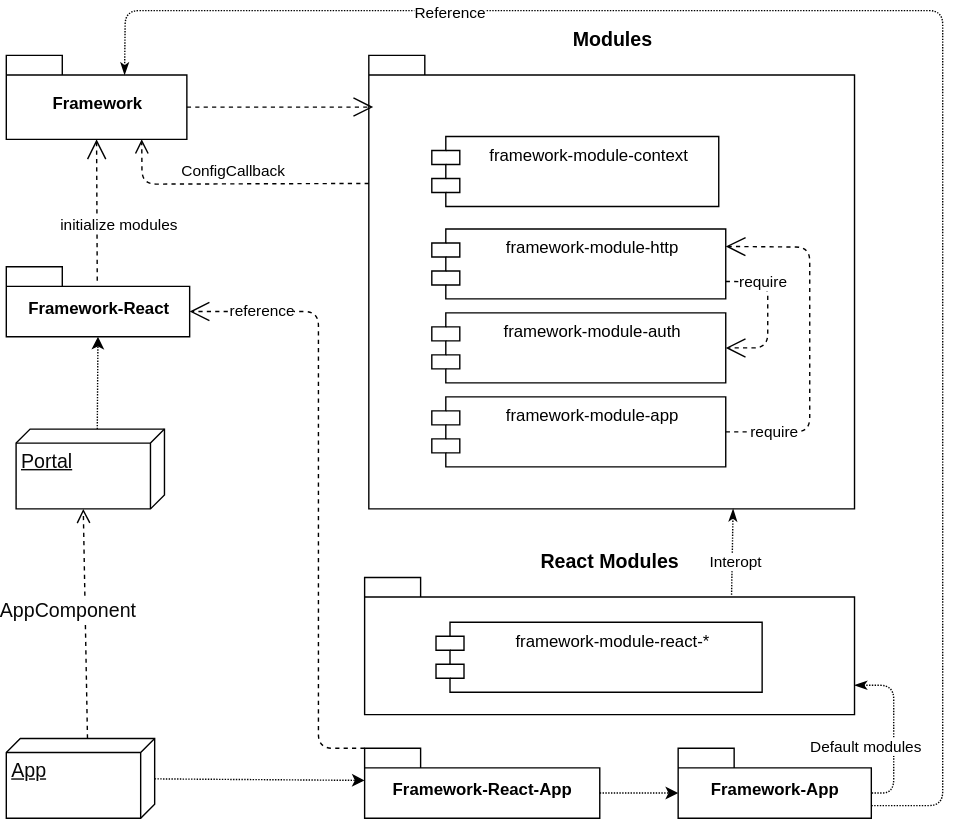
equinor/fusion-framework keeps this draw.io diagram as vue-press/src/modules/framework.drawio.svg. Above is the earlier version. Source tidied: cells renumbered, new cells last; positions are measured from the earlier drawing's top-left corner, leaving out a move shared by most shapes.
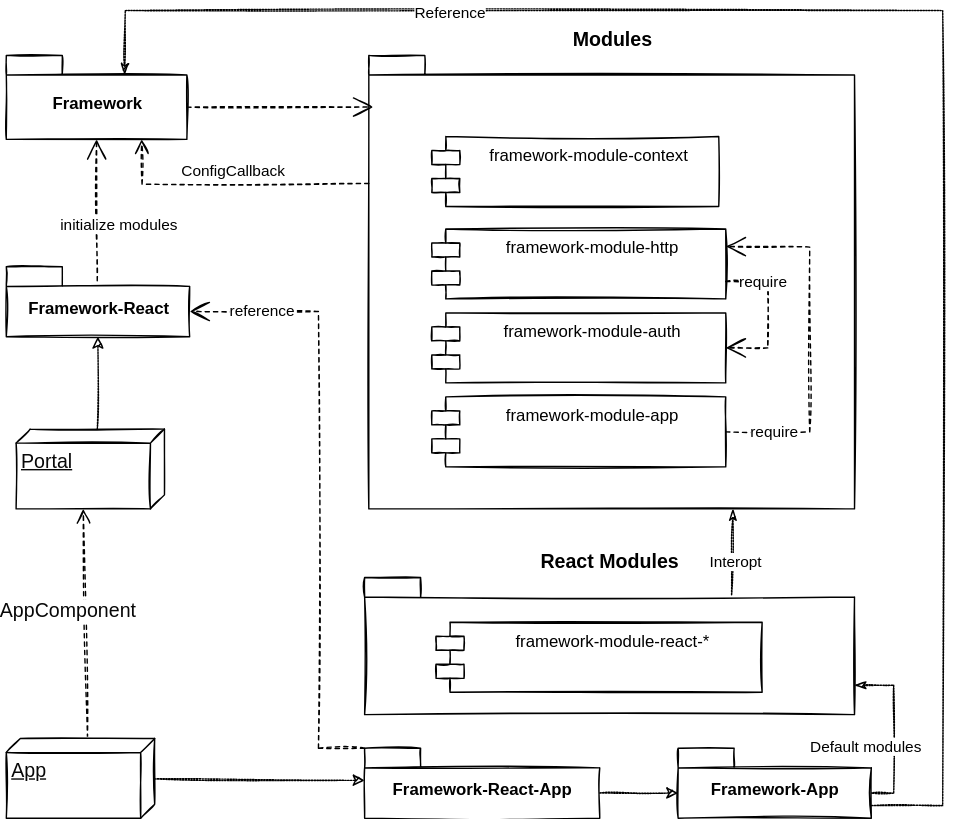
The same file after the commit.

Change to the diagram source:
```diff
@@ -1,26 +1,26 @@
-<mxGraphModel>
+<mxGraphModel background="#ffffff">
   <root>
     <mxCell id="0" />
     <mxCell id="1" parent="0" />
-    <mxCell id="2" value="Modules" style="shape=folder;fontStyle=1;spacingTop=10;tabWidth=40;tabHeight=14;tabPosition=left;verticalAlign=bottom;labelPosition=center;verticalLabelPosition=top;align=center;html=1;horizontal=1;fontSize=14;" parent="1" vertex="1">
+    <mxCell id="2" value="Modules" style="shape=folder;fontStyle=1;spacingTop=10;tabWidth=40;tabHeight=14;tabPosition=left;verticalAlign=bottom;labelPosition=center;verticalLabelPosition=top;align=center;html=1;horizontal=1;fontSize=14;rounded=0;sketch=1;" parent="1" vertex="1">
       <mxGeometry x="259" y="32" width="347" height="324" as="geometry" />
     </mxCell>
-    <mxCell id="3" value="Framework" style="shape=folder;fontStyle=1;spacingTop=10;tabWidth=40;tabHeight=14;tabPosition=left;html=1;" parent="1" vertex="1">
+    <mxCell id="3" value="Framework" style="shape=folder;fontStyle=1;spacingTop=10;tabWidth=40;tabHeight=14;tabPosition=left;html=1;rounded=0;sketch=1;" parent="1" vertex="1">
       <mxGeometry y="32" width="129" height="60" as="geometry" />
     </mxCell>
-    <mxCell id="4" value="framework-module-http" style="shape=module;align=left;spacingLeft=20;align=center;verticalAlign=top;" parent="1" vertex="1">
+    <mxCell id="4" value="framework-module-http" style="shape=module;align=left;spacingLeft=20;align=center;verticalAlign=top;rounded=0;sketch=1;" parent="1" vertex="1">
       <mxGeometry x="304" y="156" width="210" height="50" as="geometry" />
     </mxCell>
-    <mxCell id="5" value="&lt;br&gt;" style="endArrow=open;endSize=12;dashed=1;html=1;align=left;verticalAlign=middle;exitX=0;exitY=0;exitDx=129;exitDy=37;exitPerimeter=0;entryX=0.009;entryY=0.114;entryDx=0;entryDy=0;entryPerimeter=0;" parent="1" edge="1" source="3" target="2">
+    <mxCell id="5" value="&lt;br&gt;" style="endArrow=open;endSize=12;dashed=1;html=1;align=left;verticalAlign=middle;exitX=0;exitY=0;exitDx=129;exitDy=37;exitPerimeter=0;entryX=0.009;entryY=0.114;entryDx=0;entryDy=0;entryPerimeter=0;rounded=0;sketch=1;" parent="1" edge="1" source="3" target="2">
       <mxGeometry relative="1" as="geometry" />
     </mxCell>
-    <mxCell id="6" value="framework-module-auth" style="shape=module;align=left;spacingLeft=20;align=center;verticalAlign=top;" parent="1" vertex="1">
+    <mxCell id="6" value="framework-module-auth" style="shape=module;align=left;spacingLeft=20;align=center;verticalAlign=top;rounded=0;sketch=1;" parent="1" vertex="1">
       <mxGeometry x="304" y="216" width="210" height="50" as="geometry" />
     </mxCell>
-    <mxCell id="7" value="framework-module-app" style="shape=module;align=left;spacingLeft=20;align=center;verticalAlign=top;" parent="1" vertex="1">
+    <mxCell id="7" value="framework-module-app" style="shape=module;align=left;spacingLeft=20;align=center;verticalAlign=top;rounded=0;sketch=1;" parent="1" vertex="1">
       <mxGeometry x="304" y="276" width="210" height="50" as="geometry" />
     </mxCell>
-    <mxCell id="8" value="require" style="endArrow=open;endSize=12;dashed=1;html=1;align=left;verticalAlign=middle;entryX=1;entryY=0.25;entryDx=0;entryDy=0;exitX=1;exitY=0.5;exitDx=0;exitDy=0;" parent="1" edge="1" source="7" target="4">
+    <mxCell id="8" value="require" style="endArrow=open;endSize=12;dashed=1;html=1;align=left;verticalAlign=middle;entryX=1;entryY=0.25;entryDx=0;entryDy=0;exitX=1;exitY=0.5;exitDx=0;exitDy=0;rounded=0;sketch=1;" parent="1" edge="1" source="7" target="4">
       <mxGeometry x="-0.87" relative="1" as="geometry">
         <Array as="points">
           <mxPoint x="574" y="301" />
@@ -28,7 +28,7 @@
         </Array>
       </mxGeometry>
     </mxCell>
-    <mxCell id="9" value="require" style="endArrow=open;endSize=12;dashed=1;html=1;align=left;verticalAlign=middle;entryX=1;entryY=0.5;entryDx=0;entryDy=0;exitX=1;exitY=0.75;exitDx=0;exitDy=0;" parent="1" edge="1" source="4" target="6">
+    <mxCell id="9" value="require" style="endArrow=open;endSize=12;dashed=1;html=1;align=left;verticalAlign=middle;entryX=1;entryY=0.5;entryDx=0;entryDy=0;exitX=1;exitY=0.75;exitDx=0;exitDy=0;rounded=0;sketch=1;" parent="1" edge="1" source="4" target="6">
       <mxGeometry x="-0.85" relative="1" as="geometry">
         <Array as="points">
           <mxPoint x="544" y="194" />
@@ -36,61 +36,61 @@
         </Array>
       </mxGeometry>
     </mxCell>
-    <mxCell id="10" value="ConfigCallback" style="html=1;verticalAlign=bottom;endArrow=open;dashed=1;endSize=8;entryX=0.75;entryY=1;entryDx=0;entryDy=0;entryPerimeter=0;exitX=0;exitY=0;exitDx=0;exitDy=91.5;exitPerimeter=0;" parent="1" edge="1" source="2" target="3">
+    <mxCell id="10" value="ConfigCallback" style="html=1;verticalAlign=bottom;endArrow=open;dashed=1;endSize=8;entryX=0.75;entryY=1;entryDx=0;entryDy=0;entryPerimeter=0;exitX=0;exitY=0;exitDx=0;exitDy=91.5;exitPerimeter=0;rounded=0;sketch=1;" parent="1" edge="1" source="2" target="3">
       <mxGeometry relative="1" as="geometry">
         <Array as="points">
           <mxPoint x="97" y="124" />
         </Array>
       </mxGeometry>
     </mxCell>
-    <mxCell id="11" value="Framework-React" style="shape=folder;fontStyle=1;spacingTop=10;tabWidth=40;tabHeight=14;tabPosition=left;html=1;" parent="1" vertex="1">
+    <mxCell id="11" value="Framework-React" style="shape=folder;fontStyle=1;spacingTop=10;tabWidth=40;tabHeight=14;tabPosition=left;html=1;rounded=0;sketch=1;" parent="1" vertex="1">
       <mxGeometry y="183" width="131" height="50" as="geometry" />
     </mxCell>
-    <mxCell id="12" value="framework-module-context" style="shape=module;align=left;spacingLeft=20;align=center;verticalAlign=top;" parent="1" vertex="1">
+    <mxCell id="12" value="framework-module-context" style="shape=module;align=left;spacingLeft=20;align=center;verticalAlign=top;rounded=0;sketch=1;" parent="1" vertex="1">
       <mxGeometry x="304" y="90" width="205" height="50" as="geometry" />
     </mxCell>
-    <mxCell id="13" value="Portal" style="verticalAlign=top;align=left;spacingTop=8;spacingLeft=2;spacingRight=12;shape=cube;size=10;direction=south;fontStyle=4;html=1;fontSize=14;fontColor=#080808;" parent="1" vertex="1">
+    <mxCell id="13" value="Portal" style="verticalAlign=top;align=left;spacingTop=8;spacingLeft=2;spacingRight=12;shape=cube;size=10;direction=south;fontStyle=4;html=1;fontSize=14;fontColor=#080808;rounded=0;sketch=1;" parent="1" vertex="1">
       <mxGeometry x="7" y="299" width="106" height="57" as="geometry" />
     </mxCell>
-    <mxCell id="14" value="AppComponent" style="html=1;verticalAlign=bottom;endArrow=open;dashed=1;endSize=8;fontSize=14;exitX=0;exitY=0;exitDx=0;exitDy=48;fontColor=#080808;entryX=0;entryY=0;entryDx=57;entryDy=58;entryPerimeter=0;exitPerimeter=0;" parent="1" edge="1" source="23" target="13">
+    <mxCell id="14" value="AppComponent" style="html=1;verticalAlign=bottom;endArrow=open;dashed=1;endSize=8;fontSize=14;exitX=0;exitY=0;exitDx=0;exitDy=48;fontColor=#080808;entryX=0;entryY=0;entryDx=57;entryDy=58;entryPerimeter=0;exitPerimeter=0;rounded=0;sketch=1;" parent="1" edge="1" source="23" target="13">
       <mxGeometry x="-0.03" y="13" relative="1" as="geometry" />
     </mxCell>
-    <mxCell id="15" value="Framework-React-App" style="shape=folder;fontStyle=1;spacingTop=10;tabWidth=40;tabHeight=14;tabPosition=left;html=1;" parent="1" vertex="1">
+    <mxCell id="15" value="Framework-React-App" style="shape=folder;fontStyle=1;spacingTop=10;tabWidth=40;tabHeight=14;tabPosition=left;html=1;rounded=0;sketch=1;" parent="1" vertex="1">
       <mxGeometry x="256" y="527" width="168" height="50" as="geometry" />
     </mxCell>
-    <mxCell id="16" value="Framework-App" style="shape=folder;fontStyle=1;spacingTop=10;tabWidth=40;tabHeight=14;tabPosition=left;html=1;" parent="1" vertex="1">
+    <mxCell id="16" value="Framework-App" style="shape=folder;fontStyle=1;spacingTop=10;tabWidth=40;tabHeight=14;tabPosition=left;html=1;rounded=0;sketch=1;" parent="1" vertex="1">
       <mxGeometry x="480" y="527" width="138" height="50" as="geometry" />
     </mxCell>
-    <mxCell id="17" style="group;" parent="1" vertex="1">
+    <mxCell id="17" style="group;rounded=0;sketch=1;" parent="1" vertex="1">
       <mxGeometry x="256" y="405" width="350" height="98" as="geometry" />
     </mxCell>
-    <mxCell id="18" value="React Modules" style="shape=folder;fontStyle=1;spacingTop=10;tabWidth=40;tabHeight=14;tabPosition=left;verticalAlign=bottom;labelPosition=center;verticalLabelPosition=top;align=center;html=1;horizontal=1;fontSize=14;" parent="17" vertex="1">
+    <mxCell id="18" value="React Modules" style="shape=folder;fontStyle=1;spacingTop=10;tabWidth=40;tabHeight=14;tabPosition=left;verticalAlign=bottom;labelPosition=center;verticalLabelPosition=top;align=center;html=1;horizontal=1;fontSize=14;rounded=0;sketch=1;" parent="17" vertex="1">
       <mxGeometry width="350" height="98" as="geometry" />
     </mxCell>
-    <mxCell id="19" value="framework-module-react-*" style="shape=module;align=left;spacingLeft=20;align=center;verticalAlign=top;" parent="17" vertex="1">
+    <mxCell id="19" value="framework-module-react-*" style="shape=module;align=left;spacingLeft=20;align=center;verticalAlign=top;rounded=0;sketch=1;" parent="17" vertex="1">
       <mxGeometry x="51" y="32" width="233" height="50" as="geometry" />
     </mxCell>
-    <mxCell id="20" style="edgeStyle=none;html=1;dashed=1;dashPattern=1 1;startArrow=classicThin;startFill=1;endArrow=none;endFill=0;exitX=0.75;exitY=1;exitDx=0;exitDy=0;exitPerimeter=0;entryX=0.749;entryY=0.133;entryDx=0;entryDy=0;entryPerimeter=0;" parent="1" edge="1" source="2" target="18">
+    <mxCell id="20" style="edgeStyle=none;html=1;dashed=1;dashPattern=1 1;startArrow=classicThin;startFill=1;endArrow=none;endFill=0;exitX=0.75;exitY=1;exitDx=0;exitDy=0;exitPerimeter=0;entryX=0.749;entryY=0.133;entryDx=0;entryDy=0;entryPerimeter=0;rounded=0;sketch=1;" parent="1" edge="1" source="2" target="18">
       <mxGeometry relative="1" as="geometry" />
     </mxCell>
-    <mxCell id="21" value="Interopt" style="edgeLabel;html=1;align=center;verticalAlign=middle;" parent="20" vertex="1">
+    <mxCell id="21" value="Interopt" style="edgeLabel;html=1;align=center;verticalAlign=middle;rounded=0;sketch=1;" parent="20" vertex="1">
       <mxGeometry x="0.19" y="2" relative="1" as="geometry" />
     </mxCell>
-    <mxCell id="22" style="edgeStyle=none;html=1;dashed=1;dashPattern=1 1;startArrow=none;startFill=0;endArrow=classic;endFill=1;entryX=0;entryY=0;entryDx=0;entryDy=23;entryPerimeter=0;" parent="1" edge="1" source="23" target="15">
+    <mxCell id="22" style="edgeStyle=none;html=1;dashed=1;dashPattern=1 1;startArrow=none;startFill=0;endArrow=classic;endFill=1;entryX=0;entryY=0;entryDx=0;entryDy=23;entryPerimeter=0;rounded=0;sketch=1;" parent="1" edge="1" source="23" target="15">
       <mxGeometry relative="1" as="geometry" />
     </mxCell>
-    <mxCell id="23" value="App" style="verticalAlign=top;align=left;spacingTop=8;spacingLeft=2;spacingRight=12;shape=cube;size=10;direction=south;fontStyle=4;html=1;fontSize=14;fontColor=#080808;" parent="1" vertex="1">
+    <mxCell id="23" value="App" style="verticalAlign=top;align=left;spacingTop=8;spacingLeft=2;spacingRight=12;shape=cube;size=10;direction=south;fontStyle=4;html=1;fontSize=14;fontColor=#080808;rounded=0;sketch=1;" parent="1" vertex="1">
       <mxGeometry y="520" width="106" height="57" as="geometry" />
     </mxCell>
-    <mxCell id="24" value="initialize modules" style="endArrow=open;endSize=12;dashed=1;html=1;align=left;verticalAlign=middle;exitX=0.496;exitY=0.2;exitDx=0;exitDy=0;exitPerimeter=0;entryX=0.5;entryY=1;entryDx=0;entryDy=0;entryPerimeter=0;" parent="1" edge="1" source="11" target="3">
+    <mxCell id="24" value="initialize modules" style="endArrow=open;endSize=12;dashed=1;html=1;align=left;verticalAlign=middle;exitX=0.496;exitY=0.2;exitDx=0;exitDy=0;exitPerimeter=0;entryX=0.5;entryY=1;entryDx=0;entryDy=0;entryPerimeter=0;rounded=0;sketch=1;" parent="1" edge="1" source="11" target="3">
       <mxGeometry x="-0.22" y="29" relative="1" as="geometry">
         <mxPoint x="1" as="offset" />
       </mxGeometry>
     </mxCell>
-    <mxCell id="25" style="edgeStyle=none;html=1;dashed=1;dashPattern=1 1;startArrow=none;startFill=0;endArrow=classic;endFill=1;exitX=0;exitY=0;exitDx=0;exitDy=48;exitPerimeter=0;entryX=0.5;entryY=1;entryDx=0;entryDy=0;entryPerimeter=0;" parent="1" edge="1" source="13" target="11">
+    <mxCell id="25" style="edgeStyle=none;html=1;dashed=1;dashPattern=1 1;startArrow=none;startFill=0;endArrow=classic;endFill=1;exitX=0;exitY=0;exitDx=0;exitDy=48;exitPerimeter=0;entryX=0.5;entryY=1;entryDx=0;entryDy=0;entryPerimeter=0;rounded=0;sketch=1;" parent="1" edge="1" source="13" target="11">
       <mxGeometry relative="1" as="geometry" />
     </mxCell>
-    <mxCell id="26" style="edgeStyle=none;html=1;dashed=1;dashPattern=1 1;startArrow=classicThin;startFill=1;endArrow=none;endFill=0;entryX=0;entryY=0;entryDx=138;entryDy=32;entryPerimeter=0;exitX=0;exitY=0;exitDx=350;exitDy=77;exitPerimeter=0;" parent="1" edge="1" source="18" target="16">
+    <mxCell id="26" style="edgeStyle=none;html=1;dashed=1;dashPattern=1 1;startArrow=classicThin;startFill=1;endArrow=none;endFill=0;entryX=0;entryY=0;entryDx=138;entryDy=32;entryPerimeter=0;exitX=0;exitY=0;exitDx=350;exitDy=77;exitPerimeter=0;rounded=0;sketch=1;" parent="1" edge="1" source="18" target="16">
       <mxGeometry relative="1" as="geometry">
         <Array as="points">
           <mxPoint x="634" y="482" />
@@ -98,12 +98,12 @@
         </Array>
       </mxGeometry>
     </mxCell>
-    <mxCell id="27" value="Default modules" style="edgeLabel;html=1;align=center;verticalAlign=middle;" parent="26" vertex="1">
+    <mxCell id="27" value="Default modules" style="edgeLabel;html=1;align=center;verticalAlign=middle;rounded=0;sketch=1;" parent="26" vertex="1">
       <mxGeometry x="0.17" y="2" relative="1" as="geometry">
         <mxPoint x="-23" as="offset" />
       </mxGeometry>
     </mxCell>
-    <mxCell id="28" style="edgeStyle=none;html=1;dashed=1;dashPattern=1 1;startArrow=classicThin;startFill=1;endArrow=none;endFill=0;entryX=0;entryY=0;entryDx=138;entryDy=41;entryPerimeter=0;exitX=0;exitY=0;exitDx=84.5;exitDy=14;exitPerimeter=0;" parent="1" edge="1" source="3" target="16">
+    <mxCell id="28" style="edgeStyle=none;html=1;dashed=1;dashPattern=1 1;startArrow=classicThin;startFill=1;endArrow=none;endFill=0;entryX=0;entryY=0;entryDx=138;entryDy=41;entryPerimeter=0;exitX=0;exitY=0;exitDx=84.5;exitDy=14;exitPerimeter=0;rounded=0;sketch=1;" parent="1" edge="1" source="3" target="16">
       <mxGeometry relative="1" as="geometry">
         <Array as="points">
           <mxPoint x="85" />
@@ -112,13 +112,13 @@
         </Array>
       </mxGeometry>
     </mxCell>
-    <mxCell id="29" value="Reference" style="edgeLabel;html=1;align=center;verticalAlign=middle;" parent="28" vertex="1">
+    <mxCell id="29" value="Reference" style="edgeLabel;html=1;align=center;verticalAlign=middle;rounded=0;sketch=1;" parent="28" vertex="1">
       <mxGeometry x="-0.55" y="-1" relative="1" as="geometry" />
     </mxCell>
-    <mxCell id="30" style="edgeStyle=none;html=1;dashed=1;dashPattern=1 1;startArrow=none;startFill=0;endArrow=classic;endFill=1;entryX=0;entryY=0;entryDx=0;entryDy=32;entryPerimeter=0;exitX=0;exitY=0;exitDx=168;exitDy=32;exitPerimeter=0;" parent="1" edge="1" source="15" target="16">
+    <mxCell id="30" style="edgeStyle=none;html=1;dashed=1;dashPattern=1 1;startArrow=none;startFill=0;endArrow=classic;endFill=1;entryX=0;entryY=0;entryDx=0;entryDy=32;entryPerimeter=0;exitX=0;exitY=0;exitDx=168;exitDy=32;exitPerimeter=0;rounded=0;sketch=1;" parent="1" edge="1" source="15" target="16">
       <mxGeometry relative="1" as="geometry" />
     </mxCell>
-    <mxCell id="31" value="reference" style="endArrow=open;endSize=12;dashed=1;html=1;align=left;verticalAlign=middle;exitX=0;exitY=0;exitDx=0;exitDy=0;exitPerimeter=0;entryX=0;entryY=0;entryDx=131;entryDy=32;entryPerimeter=0;" parent="1" edge="1" source="15" target="11">
+    <mxCell id="31" value="reference" style="endArrow=open;endSize=12;dashed=1;html=1;align=left;verticalAlign=middle;exitX=0;exitY=0;exitDx=0;exitDy=0;exitPerimeter=0;entryX=0;entryY=0;entryDx=131;entryDy=32;entryPerimeter=0;rounded=0;sketch=1;" parent="1" edge="1" source="15" target="11">
       <mxGeometry x="0.88" relative="1" as="geometry">
         <Array as="points">
           <mxPoint x="223" y="527" />
```
